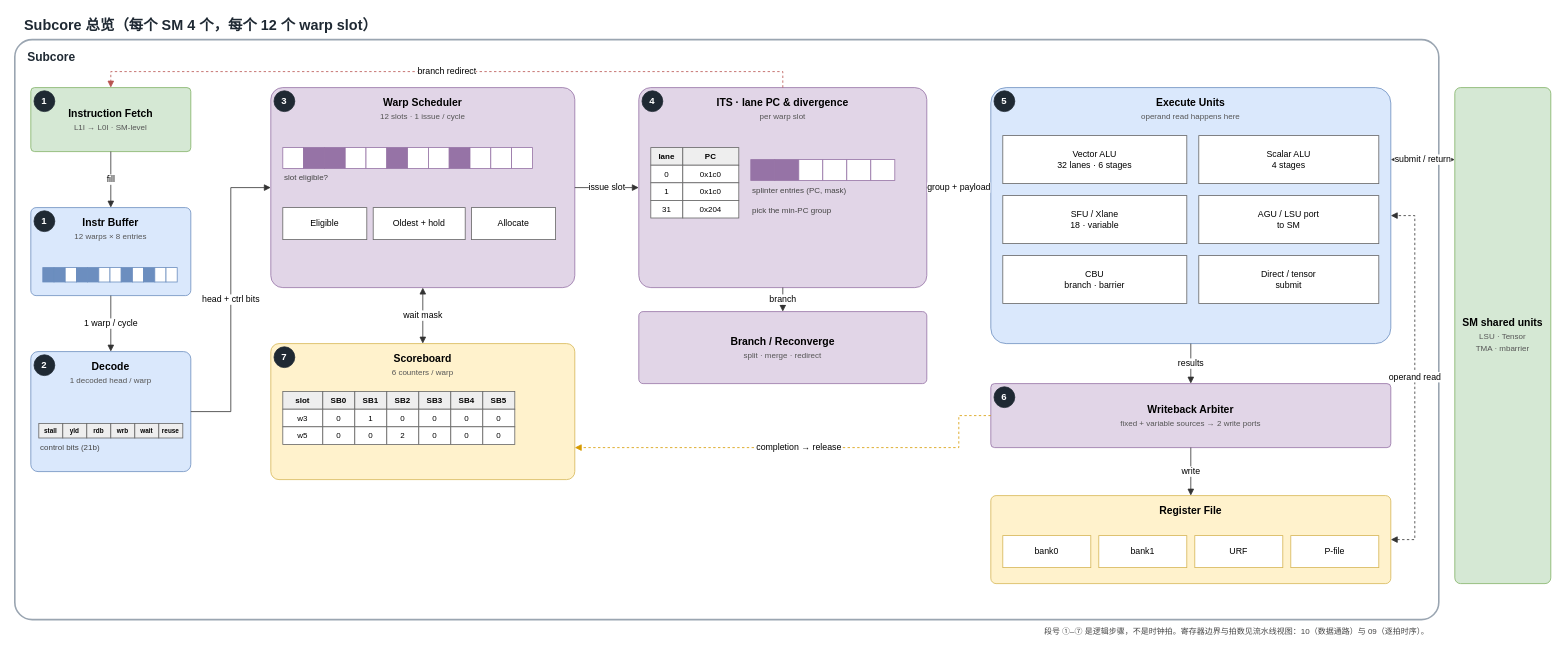
Above: projects/currygpu_subcore_ppt169_20261004/sources/00-subcore-overview.drawio in WHUDYF/PPT-generate (draw.io), before the change. Source tidied: cells renumbered, new cells numbered last; positions are measured from the earlier drawing's top-left corner, leaving out a move shared by most shapes. Both pictures are drawn from the tidied source at 80%, with x=0, y=0 at pixel (14, 14).
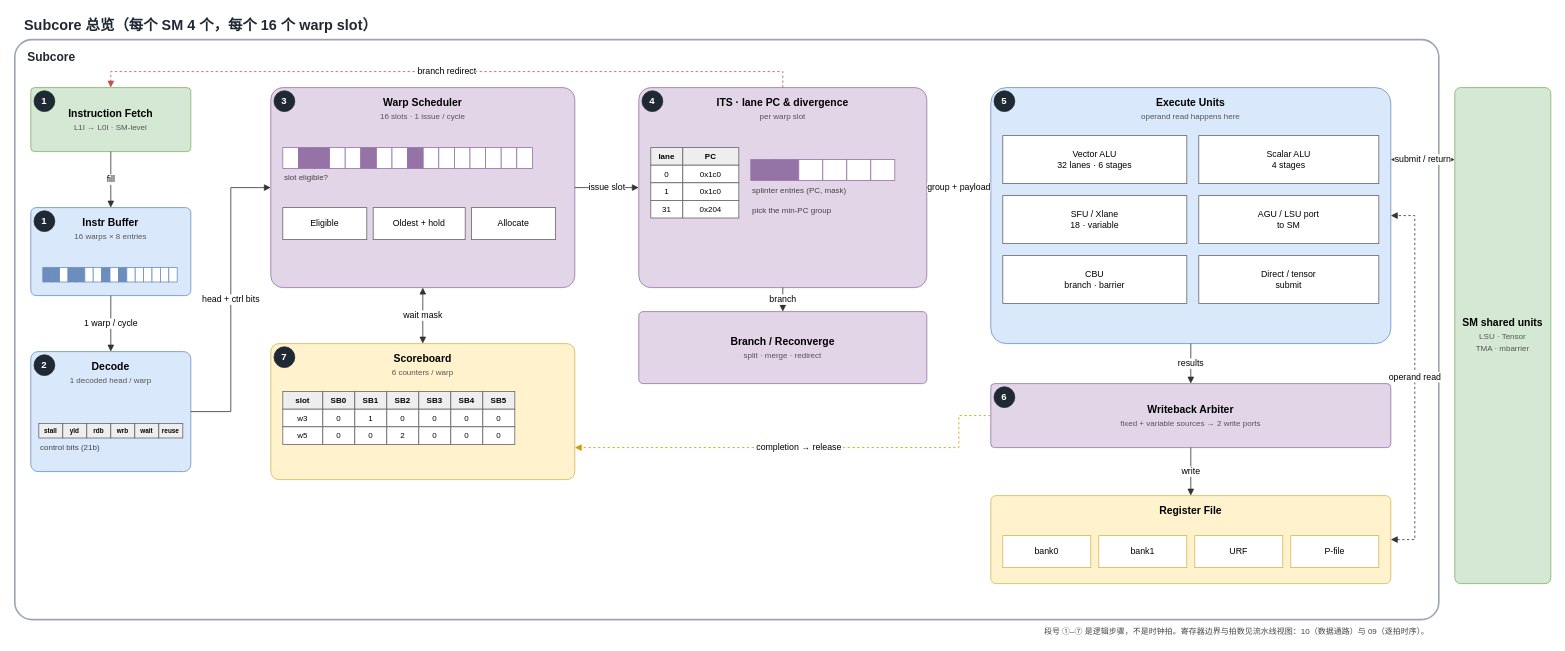
The same page after the edit.

Commit message (it also covers changes not shown here):
Show 16 warp slots per subcore in the diagrams

Diff of the diagram source:
```diff
@@
-    <mxCell id="2" value="Subcore 总览（每个 SM 4 个，每个 12 个 warp slot）" style="text;html=1;align=left;verticalAlign=middle;whiteSpace=wrap;fontSize=18;fontColor=#1F2933;fontStyle=1;" parent="1" vertex="1">
+    <mxCell id="2" value="Subcore 总览（每个 SM 4 个，每个 16 个 warp slot）" style="text;html=1;align=left;verticalAlign=middle;whiteSpace=wrap;fontSize=18;fontColor=#1F2933;fontStyle=1;" parent="1" vertex="1">
       <mxGeometry x="10" width="900" height="28" as="geometry" />
     </mxCell>
@@
-    <mxCell id="5" value="Instr Buffer&lt;br&gt;&lt;font style='font-size:10px;font-weight:normal;color:#555555'&gt;12 warps × 8 entries&lt;/font&gt;" style="rounded=1;arcSize=6;whiteSpace=wrap;html=1;fillColor=#DAE8FC;strokeColor=#6C8EBF;fontSize=13;fontStyle=1;verticalAlign=top;spacingTop=5;" parent="1" vertex="1">
+    <mxCell id="5" value="Instr Buffer&lt;br&gt;&lt;font style='font-size:10px;font-weight:normal;color:#555555'&gt;16 warps × 8 entries&lt;/font&gt;" style="rounded=1;arcSize=6;whiteSpace=wrap;html=1;fillColor=#DAE8FC;strokeColor=#6C8EBF;fontSize=13;fontStyle=1;verticalAlign=top;spacingTop=5;" parent="1" vertex="1">
       <mxGeometry x="20" y="242" width="200" height="110" as="geometry" />
     </mxCell>
     <mxCell id="6" style="rounded=0;whiteSpace=wrap;html=1;fillColor=#6C8EBF;strokeColor=#6C8EBF;fontSize=9;" parent="1" vertex="1">
-      <mxGeometry x="35" y="317" width="14" height="18" as="geometry" />
+      <mxGeometry x="35" y="317" width="10.5" height="18" as="geometry" />
     </mxCell>
     <mxCell id="7" style="rounded=0;whiteSpace=wrap;html=1;fillColor=#6C8EBF;strokeColor=#6C8EBF;fontSize=9;" parent="1" vertex="1">
-      <mxGeometry x="49" y="317" width="14" height="18" as="geometry" />
+      <mxGeometry x="45.5" y="317" width="10.5" height="18" as="geometry" />
     </mxCell>
     <mxCell id="8" style="rounded=0;whiteSpace=wrap;html=1;fillColor=#FFFFFF;strokeColor=#6C8EBF;fontSize=9;" parent="1" vertex="1">
-      <mxGeometry x="63" y="317" width="14" height="18" as="geometry" />
+      <mxGeometry x="56" y="317" width="10.5" height="18" as="geometry" />
     </mxCell>
     <mxCell id="9" style="rounded=0;whiteSpace=wrap;html=1;fillColor=#6C8EBF;strokeColor=#6C8EBF;fontSize=9;" parent="1" vertex="1">
-      <mxGeometry x="77" y="317" width="14" height="18" as="geometry" />
+      <mxGeometry x="66.5" y="317" width="10.5" height="18" as="geometry" />
     </mxCell>
     <mxCell id="10" style="rounded=0;whiteSpace=wrap;html=1;fillColor=#6C8EBF;strokeColor=#6C8EBF;fontSize=9;" parent="1" vertex="1">
-      <mxGeometry x="91" y="317" width="14" height="18" as="geometry" />
+      <mxGeometry x="77" y="317" width="10.5" height="18" as="geometry" />
     </mxCell>
     <mxCell id="11" style="rounded=0;whiteSpace=wrap;html=1;fillColor=#FFFFFF;strokeColor=#6C8EBF;fontSize=9;" parent="1" vertex="1">
-      <mxGeometry x="105" y="317" width="14" height="18" as="geometry" />
+      <mxGeometry x="87.5" y="317" width="10.5" height="18" as="geometry" />
     </mxCell>
     <mxCell id="12" style="rounded=0;whiteSpace=wrap;html=1;fillColor=#FFFFFF;strokeColor=#6C8EBF;fontSize=9;" parent="1" vertex="1">
-      <mxGeometry x="119" y="317" width="14" height="18" as="geometry" />
+      <mxGeometry x="98" y="317" width="10.5" height="18" as="geometry" />
     </mxCell>
     <mxCell id="13" style="rounded=0;whiteSpace=wrap;html=1;fillColor=#6C8EBF;strokeColor=#6C8EBF;fontSize=9;" parent="1" vertex="1">
-      <mxGeometry x="133" y="317" width="14" height="18" as="geometry" />
+      <mxGeometry x="108.5" y="317" width="10.5" height="18" as="geometry" />
     </mxCell>
     <mxCell id="14" style="rounded=0;whiteSpace=wrap;html=1;fillColor=#FFFFFF;strokeColor=#6C8EBF;fontSize=9;" parent="1" vertex="1">
-      <mxGeometry x="147" y="317" width="14" height="18" as="geometry" />
+      <mxGeometry x="119" y="317" width="10.5" height="18" as="geometry" />
     </mxCell>
     <mxCell id="15" style="rounded=0;whiteSpace=wrap;html=1;fillColor=#6C8EBF;strokeColor=#6C8EBF;fontSize=9;" parent="1" vertex="1">
-      <mxGeometry x="161" y="317" width="14" height="18" as="geometry" />
+      <mxGeometry x="129.5" y="317" width="10.5" height="18" as="geometry" />
     </mxCell>
     <mxCell id="16" style="rounded=0;whiteSpace=wrap;html=1;fillColor=#FFFFFF;strokeColor=#6C8EBF;fontSize=9;" parent="1" vertex="1">
-      <mxGeometry x="175" y="317" width="14" height="18" as="geometry" />
+      <mxGeometry x="140" y="317" width="10.5" height="18" as="geometry" />
     </mxCell>
     <mxCell id="17" style="rounded=0;whiteSpace=wrap;html=1;fillColor=#FFFFFF;strokeColor=#6C8EBF;fontSize=9;" parent="1" vertex="1">
-      <mxGeometry x="189" y="317" width="14" height="18" as="geometry" />
+      <mxGeometry x="150.5" y="317" width="10.5" height="18" as="geometry" />
     </mxCell>
+    <mxCell id="119" style="rounded=0;whiteSpace=wrap;html=1;fillColor=#FFFFFF;strokeColor=#6C8EBF;fontSize=9;" parent="1" vertex="1">
+      <mxGeometry x="161" y="317" width="10.5" height="18" as="geometry" />
+    </mxCell>
+    <mxCell id="120" style="rounded=0;whiteSpace=wrap;html=1;fillColor=#FFFFFF;strokeColor=#6C8EBF;fontSize=9;" parent="1" vertex="1">
+      <mxGeometry x="171.5" y="317" width="10.5" height="18" as="geometry" />
+    </mxCell>
+    <mxCell id="121" style="rounded=0;whiteSpace=wrap;html=1;fillColor=#FFFFFF;strokeColor=#6C8EBF;fontSize=9;" parent="1" vertex="1">
+      <mxGeometry x="182" y="317" width="10.5" height="18" as="geometry" />
+    </mxCell>
+    <mxCell id="122" style="rounded=0;whiteSpace=wrap;html=1;fillColor=#FFFFFF;strokeColor=#6C8EBF;fontSize=9;" parent="1" vertex="1">
+      <mxGeometry x="192.5" y="317" width="10.5" height="18" as="geometry" />
+    </mxCell>
@@
-    <mxCell id="26" value="Warp Scheduler&lt;br&gt;&lt;font style='font-size:10px;font-weight:normal;color:#555555'&gt;12 slots · 1 issue / cycle&lt;/font&gt;" style="rounded=1;arcSize=6;whiteSpace=wrap;html=1;fillColor=#E1D5E7;strokeColor=#9673A6;fontSize=13;fontStyle=1;verticalAlign=top;spacingTop=5;" parent="1" vertex="1">
+    <mxCell id="26" value="Warp Scheduler&lt;br&gt;&lt;font style='font-size:10px;font-weight:normal;color:#555555'&gt;16 slots · 1 issue / cycle&lt;/font&gt;" style="rounded=1;arcSize=6;whiteSpace=wrap;html=1;fillColor=#E1D5E7;strokeColor=#9673A6;fontSize=13;fontStyle=1;verticalAlign=top;spacingTop=5;" parent="1" vertex="1">
       <mxGeometry x="320" y="92" width="380" height="250" as="geometry" />
     </mxCell>
     <mxCell id="27" style="rounded=0;whiteSpace=wrap;html=1;fillColor=#FFFFFF;strokeColor=#9673A6;fontSize=9;" parent="1" vertex="1">
-      <mxGeometry x="335" y="167" width="26" height="26" as="geometry" />
+      <mxGeometry x="335" y="167" width="19.5" height="26" as="geometry" />
     </mxCell>
     <mxCell id="28" style="rounded=0;whiteSpace=wrap;html=1;fillColor=#9673A6;strokeColor=#9673A6;fontSize=9;" parent="1" vertex="1">
-      <mxGeometry x="361" y="167" width="26" height="26" as="geometry" />
+      <mxGeometry x="354.5" y="167" width="19.5" height="26" as="geometry" />
     </mxCell>
     <mxCell id="29" style="rounded=0;whiteSpace=wrap;html=1;fillColor=#9673A6;strokeColor=#9673A6;fontSize=9;" parent="1" vertex="1">
-      <mxGeometry x="387" y="167" width="26" height="26" as="geometry" />
+      <mxGeometry x="374" y="167" width="19.5" height="26" as="geometry" />
     </mxCell>
     <mxCell id="30" style="rounded=0;whiteSpace=wrap;html=1;fillColor=#FFFFFF;strokeColor=#9673A6;fontSize=9;" parent="1" vertex="1">
-      <mxGeometry x="413" y="167" width="26" height="26" as="geometry" />
+      <mxGeometry x="393.5" y="167" width="19.5" height="26" as="geometry" />
     </mxCell>
     <mxCell id="31" style="rounded=0;whiteSpace=wrap;html=1;fillColor=#FFFFFF;strokeColor=#9673A6;fontSize=9;" parent="1" vertex="1">
-      <mxGeometry x="439" y="167" width="26" height="26" as="geometry" />
+      <mxGeometry x="413" y="167" width="19.5" height="26" as="geometry" />
     </mxCell>
     <mxCell id="32" style="rounded=0;whiteSpace=wrap;html=1;fillColor=#9673A6;strokeColor=#9673A6;fontSize=9;" parent="1" vertex="1">
-      <mxGeometry x="465" y="167" width="26" height="26" as="geometry" />
+      <mxGeometry x="432.5" y="167" width="19.5" height="26" as="geometry" />
     </mxCell>
     <mxCell id="33" style="rounded=0;whiteSpace=wrap;html=1;fillColor=#FFFFFF;strokeColor=#9673A6;fontSize=9;" parent="1" vertex="1">
-      <mxGeometry x="491" y="167" width="26" height="26" as="geometry" />
+      <mxGeometry x="452" y="167" width="19.5" height="26" as="geometry" />
     </mxCell>
     <mxCell id="34" style="rounded=0;whiteSpace=wrap;html=1;fillColor=#FFFFFF;strokeColor=#9673A6;fontSize=9;" parent="1" vertex="1">
-      <mxGeometry x="517" y="167" width="26" height="26" as="geometry" />
+      <mxGeometry x="471.5" y="167" width="19.5" height="26" as="geometry" />
     </mxCell>
     <mxCell id="35" style="rounded=0;whiteSpace=wrap;html=1;fillColor=#9673A6;strokeColor=#9673A6;fontSize=9;" parent="1" vertex="1">
-      <mxGeometry x="543" y="167" width="26" height="26" as="geometry" />
+      <mxGeometry x="491" y="167" width="19.5" height="26" as="geometry" />
     </mxCell>
     <mxCell id="36" style="rounded=0;whiteSpace=wrap;html=1;fillColor=#FFFFFF;strokeColor=#9673A6;fontSize=9;" parent="1" vertex="1">
-      <mxGeometry x="569" y="167" width="26" height="26" as="geometry" />
+      <mxGeometry x="510.5" y="167" width="19.5" height="26" as="geometry" />
     </mxCell>
     <mxCell id="37" style="rounded=0;whiteSpace=wrap;html=1;fillColor=#FFFFFF;strokeColor=#9673A6;fontSize=9;" parent="1" vertex="1">
-      <mxGeometry x="595" y="167" width="26" height="26" as="geometry" />
+      <mxGeometry x="530" y="167" width="19.5" height="26" as="geometry" />
     </mxCell>
     <mxCell id="38" style="rounded=0;whiteSpace=wrap;html=1;fillColor=#FFFFFF;strokeColor=#9673A6;fontSize=9;" parent="1" vertex="1">
-      <mxGeometry x="621" y="167" width="26" height="26" as="geometry" />
+      <mxGeometry x="549.5" y="167" width="19.5" height="26" as="geometry" />
     </mxCell>
+    <mxCell id="123" style="rounded=0;whiteSpace=wrap;html=1;fillColor=#FFFFFF;strokeColor=#9673A6;fontSize=9;" parent="1" vertex="1">
+      <mxGeometry x="569" y="167" width="19.5" height="26" as="geometry" />
+    </mxCell>
+    <mxCell id="124" style="rounded=0;whiteSpace=wrap;html=1;fillColor=#FFFFFF;strokeColor=#9673A6;fontSize=9;" parent="1" vertex="1">
+      <mxGeometry x="588.5" y="167" width="19.5" height="26" as="geometry" />
+    </mxCell>
+    <mxCell id="125" style="rounded=0;whiteSpace=wrap;html=1;fillColor=#FFFFFF;strokeColor=#9673A6;fontSize=9;" parent="1" vertex="1">
+      <mxGeometry x="608" y="167" width="19.5" height="26" as="geometry" />
+    </mxCell>
+    <mxCell id="126" style="rounded=0;whiteSpace=wrap;html=1;fillColor=#FFFFFF;strokeColor=#9673A6;fontSize=9;" parent="1" vertex="1">
+      <mxGeometry x="627.5" y="167" width="19.5" height="26" as="geometry" />
+    </mxCell>
```
